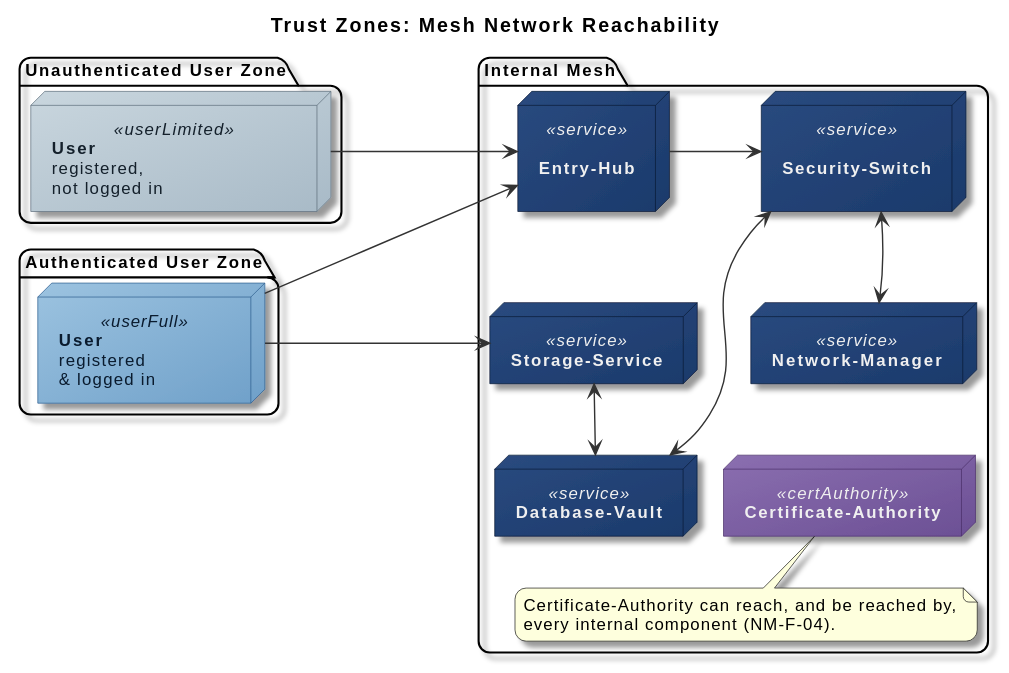
Before: docs/design/diagrams/rendered/09-security-trust-zones.svg, a diagram exported from PlantUML (Verryx-02/RAM-USB).
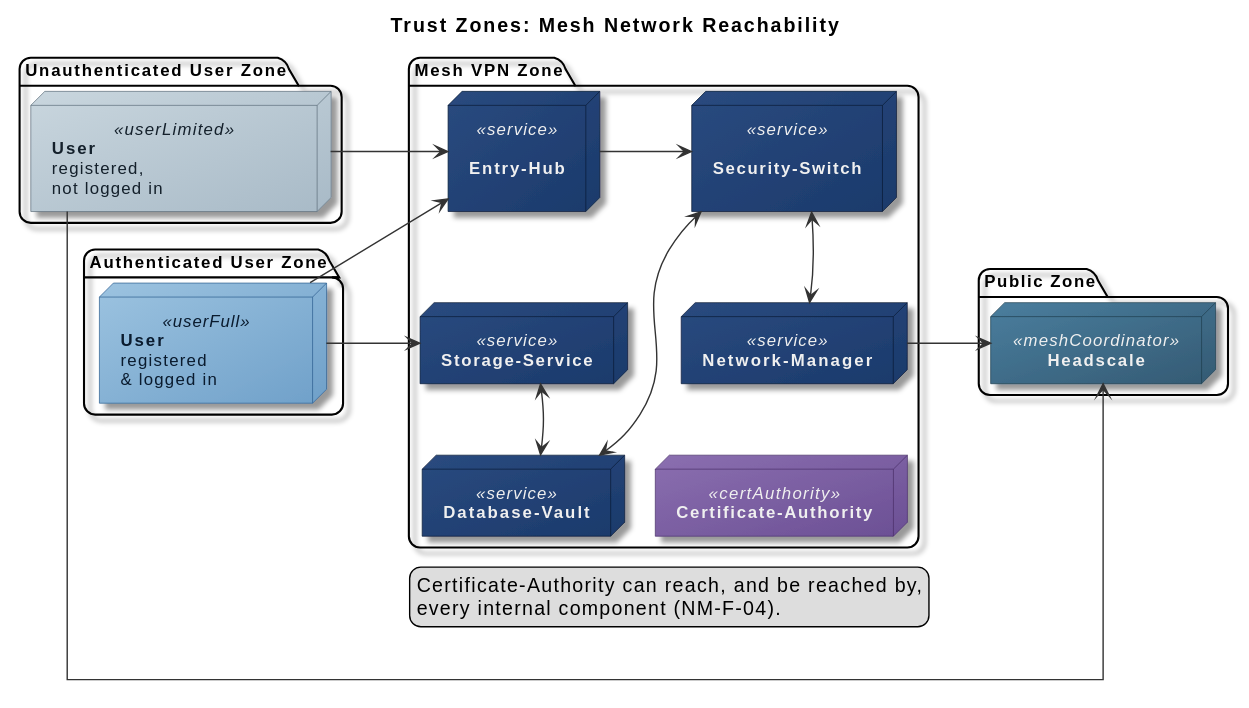
After the commit.

What changed in the source:
```diff
@@ -20,6 +20,12 @@
 }
 
 
+skinparam node<<meshCoordinator>> {
+  BackgroundColor #4A7E9E/#345A73
+  BorderColor #1F3E4E
+  FontColor #F0F0F0
+}
+
 package "Unauthenticated User Zone" {
   node "**User**\nregistered,\nnot logged in                         " as UnauthUser <<userLimited>>
 }
@@ -28,7 +34,7 @@
   node "**User**\nregistered\n& logged in              " as AuthUser <<userFull>>
 }
 
-package "Internal Mesh" {
+package "Mesh VPN Zone" {
   node "\n**Entry-Hub**\n" as EntryHub <<service>>
   node "\n**Security-Switch**\n" as SecuritySwitch <<service>>
   node "**Storage-Service**" as StorageService <<service>>
@@ -41,22 +47,31 @@
   SecuritySwitch -[hidden]down- NetworkManager
   SecuritySwitch -[hidden]down- NetworkManager
   NetworkManager -[hidden]down- CA
+  NetworkManager -[hidden]down- CA
+  StorageService -[hidden]down- DatabaseVault
+  StorageService -[hidden]down- DatabaseVault
+}
 
-  note bottom of CA
-    Certificate-Authority can reach, and be reached by,
-    every internal component (NM-F-04).
-  end note
+package "Public Zone" {
+  node "**Headscale**" as Headscale <<meshCoordinator>>
 }
 
 UnauthUser -[hidden]down- AuthUser
 
-UnauthUser -right-> EntryHub : "                                "
+UnauthUser -right-> EntryHub : "                  "
 AuthUser -[hidden]right- StorageService
 AuthUser -up-> EntryHub
-AuthUser -right-> StorageService : "                                        "
+AuthUser -right-> StorageService : "             "
 
 EntryHub -right-> SecuritySwitch
 StorageService <-down-> DatabaseVault
 SecuritySwitch <--> DatabaseVault
 SecuritySwitch <-down-> NetworkManager
+
+NetworkManager -right-> Headscale : "           "
+
+legend
+  Certificate-Authority can reach, and be reached by,
+  every internal component (NM-F-04).
+end legend
 @enduml
```
